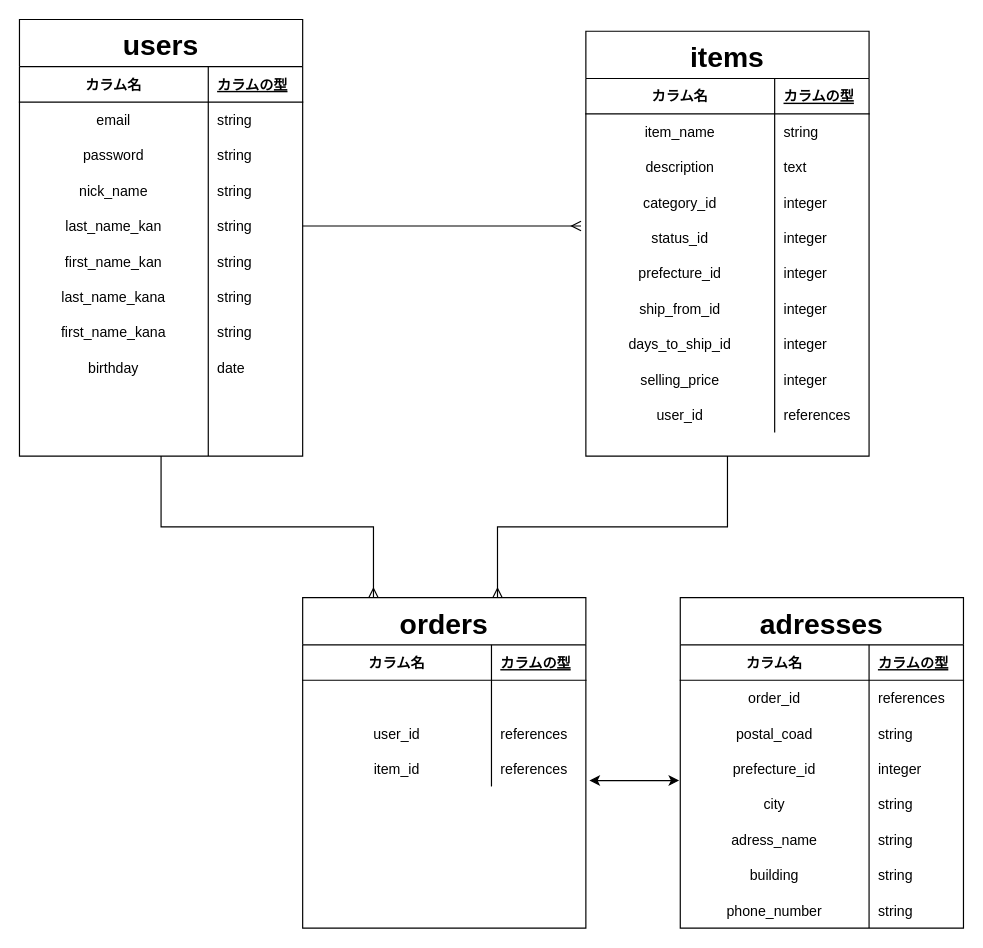
The draw.io diagram ER.dio in iniwa-takaya/furima-35690, before the edit. Source tidied: cells renumbered, new cells numbered last; positions are measured from the earlier drawing's top-left corner, leaving out a move shared by most shapes. Both pictures are drawn from the tidied source at 118%, with x=0, y=0 at pixel (19, 19).
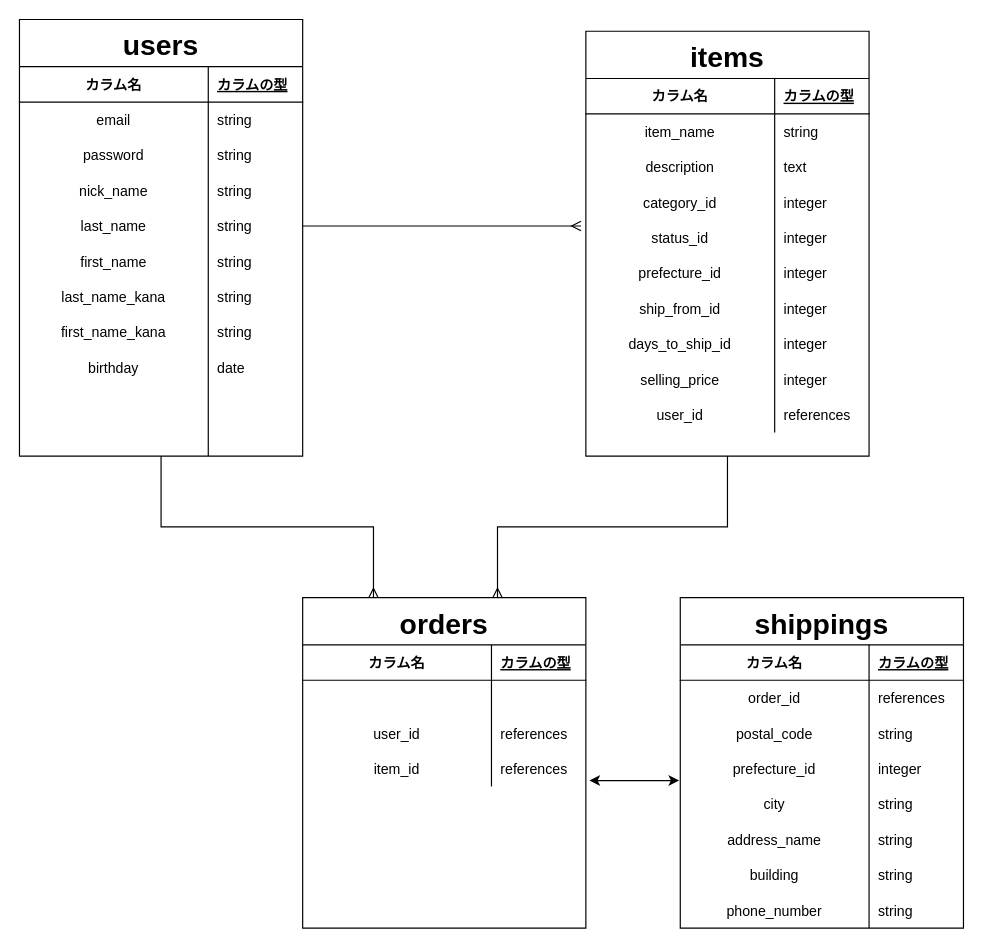
After the change.

Unchanged cells that the change refers to:
```xml
<mxCell id="16" style="shape=partialRectangle;fillColor=none;top=0;left=0;bottom=0;right=0;points=[[0,0.5],[1,0.5]];portConstraint=eastwest;" parent="3" vertex="1">
  <mxGeometry y="160" width="240" height="30" as="geometry" />
</mxCell>
<mxCell id="19" style="shape=partialRectangle;fillColor=none;top=0;left=0;bottom=0;right=0;" parent="3" vertex="1">
  <mxGeometry y="190" width="240" height="30" as="geometry" />
</mxCell>
<mxCell id="76" style="shape=partialRectangle;fillColor=none;top=0;left=0;bottom=0;right=0;points=[[0,0.5],[1,0.5]];portConstraint=eastwest;" parent="69" vertex="1">
  <mxGeometry y="100" width="240" height="30" as="geometry" />
</mxCell>
<mxCell id="85" style="shape=partialRectangle;fillColor=none;top=0;left=0;bottom=0;right=0;" parent="69" vertex="1">
  <mxGeometry y="190" width="240" height="30" as="geometry" />
</mxCell>
```

Diff of the diagram source:
```diff
@@
-    <mxCell id="17" value="last_name_kan" style="shape=partialRectangle;fillColor=none;top=0;left=0;bottom=0;right=0;overflow=hidden;" parent="16" vertex="1">
+    <mxCell id="17" value="last_name" style="shape=partialRectangle;fillColor=none;top=0;left=0;bottom=0;right=0;overflow=hidden;" parent="16" vertex="1">
       <mxGeometry width="160" height="30" as="geometry" />
     </mxCell>
@@
-    <mxCell id="20" value="first_name_kan" style="shape=partialRectangle;fillColor=none;top=0;left=0;bottom=0;right=0;overflow=hidden;" parent="19" vertex="1">
+    <mxCell id="20" value="first_name" style="shape=partialRectangle;fillColor=none;top=0;left=0;bottom=0;right=0;overflow=hidden;" parent="19" vertex="1">
       <mxGeometry width="160" height="30" as="geometry" />
     </mxCell>
@@
-    <mxCell id="69" value="adresses" style="shape=table;startSize=40;childLayout=tableLayout;rowLines=0;fontStyle=1;align=center;fontSize=24;" parent="1" vertex="1">
+    <mxCell id="69" value="shippings" style="shape=table;startSize=40;childLayout=tableLayout;rowLines=0;fontStyle=1;align=center;fontSize=24;" parent="1" vertex="1">
       <mxGeometry x="560" y="490" width="240" height="280" as="geometry" />
     </mxCell>
@@
-    <mxCell id="77" value="postal_coad" style="shape=partialRectangle;fillColor=none;top=0;left=0;bottom=0;right=0;overflow=hidden;" parent="76" vertex="1">
+    <mxCell id="77" value="postal_code" style="shape=partialRectangle;fillColor=none;top=0;left=0;bottom=0;right=0;overflow=hidden;" parent="76" vertex="1">
       <mxGeometry width="160" height="30" as="geometry" />
     </mxCell>
@@
-    <mxCell id="86" value="adress_name" style="shape=partialRectangle;fillColor=none;top=0;left=0;bottom=0;right=0;overflow=hidden;" parent="85" vertex="1">
+    <mxCell id="86" value="address_name" style="shape=partialRectangle;fillColor=none;top=0;left=0;bottom=0;right=0;overflow=hidden;" parent="85" vertex="1">
       <mxGeometry width="160" height="30" as="geometry" />
     </mxCell>
```
